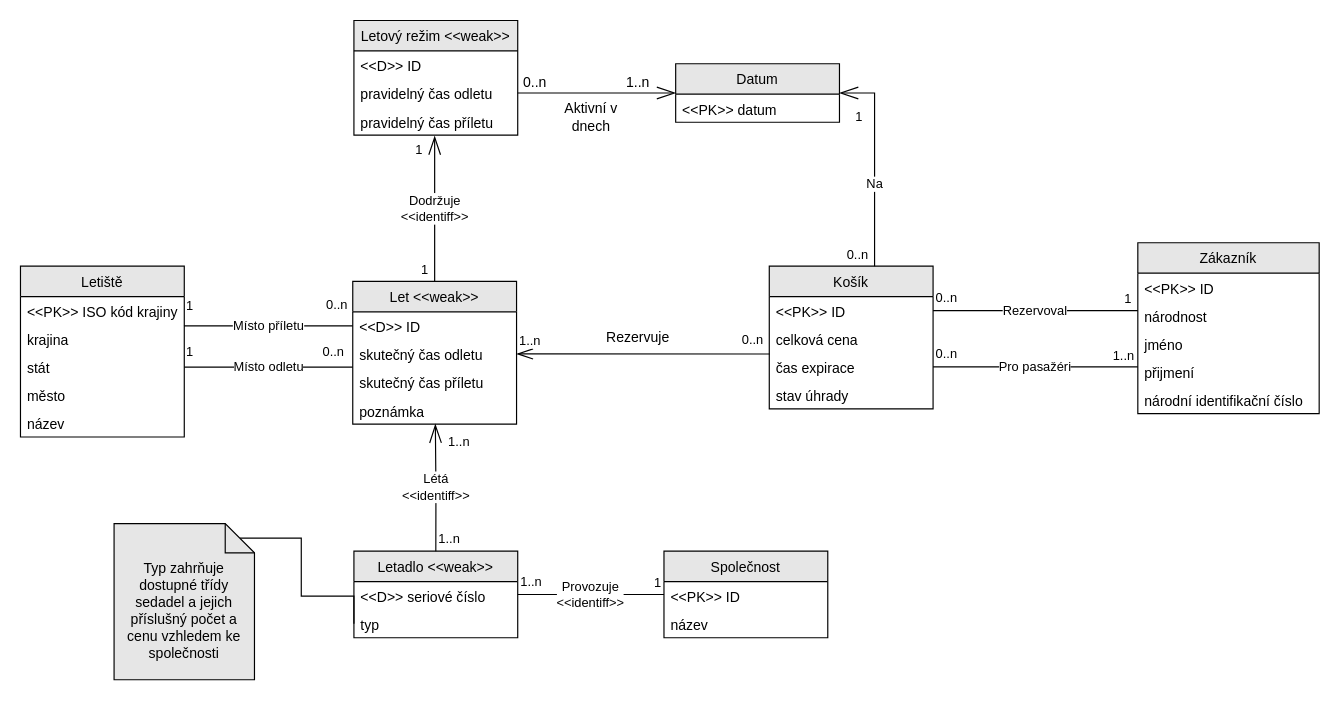
mstrlc/ids-project keeps this draw.io diagram as diagrams/er-diagram.drawio. Above is the earlier version. Source tidied: cells renumbered, new cells numbered last; positions are measured from the earlier drawing's top-left corner, leaving out a move shared by most shapes. Both pictures are drawn from the tidied source at 117%, with x=0, y=0 at pixel (20, 20).
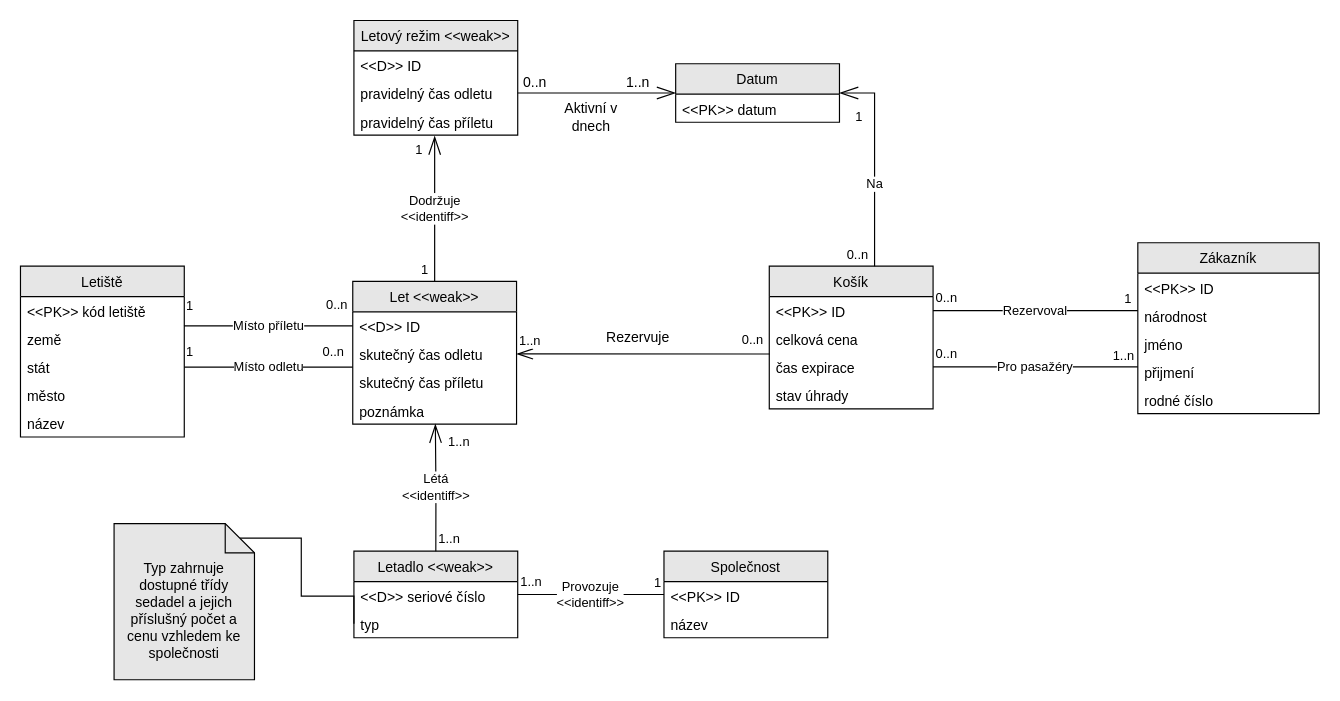
The same diagram, later.

The change refers to these unchanged cells:
```xml
<mxCell id="13" value="čas expirace" style="text;strokeColor=none;fillColor=none;align=left;verticalAlign=top;spacingLeft=4;spacingRight=4;overflow=hidden;points=[[0,0.5],[1,0.5]];portConstraint=eastwest;" parent="10" vertex="1">
  <mxGeometry y="74" width="140" height="24" as="geometry" />
</mxCell>
<mxCell id="15" value="Zákazník" style="swimlane;fontStyle=0;horizontal=1;startSize=26;fillColor=#E6E6E6;rounded=0;shadow=0;glass=0;sketch=0;fontColor=#000000;strokeColor=#000000;swimlaneFillColor=default;" parent="1" vertex="1">
  <mxGeometry x="955" y="190" width="155" height="146" as="geometry" />
</mxCell>
<mxCell id="36" value="Letiště" style="swimlane;fontStyle=0;horizontal=1;startSize=26;fillColor=#E6E6E6;rounded=0;shadow=0;glass=0;sketch=0;fontColor=#000000;strokeColor=#000000;swimlaneFillColor=default;" parent="1" vertex="1">
  <mxGeometry y="210" width="140" height="146" as="geometry" />
</mxCell>
```

Diff of the diagram source:
```diff
@@
-    <mxCell id="20" value="národní identifikační číslo" style="text;strokeColor=none;fillColor=none;align=left;verticalAlign=top;spacingLeft=4;spacingRight=4;overflow=hidden;rounded=0;shadow=0;glass=0;sketch=0;fontColor=#000000;startSize=26;" parent="15" vertex="1">
+    <mxCell id="20" value="rodné číslo" style="text;strokeColor=none;fillColor=none;align=left;verticalAlign=top;spacingLeft=4;spacingRight=4;overflow=hidden;rounded=0;shadow=0;glass=0;sketch=0;fontColor=#000000;startSize=26;" parent="15" vertex="1">
       <mxGeometry y="122" width="155" height="24" as="geometry" />
     </mxCell>
-    <mxCell id="21" value="Pro pasažéri" style="endArrow=none;html=1;endSize=12;startArrow=none;startSize=14;startFill=0;edgeStyle=orthogonalEdgeStyle;rounded=0;endFill=0;fontColor=#000000;entryX=1;entryY=0.5;entryDx=0;entryDy=0;" parent="1" edge="1" target="13">
+    <mxCell id="21" value="Pro pasažéry" style="endArrow=none;html=1;endSize=12;startArrow=none;startSize=14;startFill=0;edgeStyle=orthogonalEdgeStyle;rounded=0;endFill=0;fontColor=#000000;entryX=1;entryY=0.5;entryDx=0;entryDy=0;" parent="1" edge="1" target="13">
       <mxGeometry relative="1" as="geometry">
         <mxPoint x="955" y="296" as="sourcePoint" />
         <Array as="points">
           <mxPoint x="955" y="296" />
         </Array>
       </mxGeometry>
     </mxCell>
@@
-    <mxCell id="37" value="&lt;&lt;PK&gt;&gt; ISO kód krajiny" style="text;strokeColor=none;fillColor=none;align=left;verticalAlign=top;spacingLeft=4;spacingRight=4;overflow=hidden;rounded=0;shadow=0;glass=0;sketch=0;fontColor=#000000;startSize=26;" parent="36" vertex="1">
+    <mxCell id="37" value="&lt;&lt;PK&gt;&gt; kód letiště" style="text;strokeColor=none;fillColor=none;align=left;verticalAlign=top;spacingLeft=4;spacingRight=4;overflow=hidden;rounded=0;shadow=0;glass=0;sketch=0;fontColor=#000000;startSize=26;" parent="36" vertex="1">
       <mxGeometry y="26" width="140" height="24" as="geometry" />
     </mxCell>
-    <mxCell id="38" value="krajina" style="text;strokeColor=none;fillColor=none;align=left;verticalAlign=top;spacingLeft=4;spacingRight=4;overflow=hidden;points=[[0,0.5],[1,0.5]];portConstraint=eastwest;rounded=0;shadow=0;glass=0;sketch=0;fontColor=#000000;startSize=26;" parent="36" vertex="1">
+    <mxCell id="38" value="země" style="text;strokeColor=none;fillColor=none;align=left;verticalAlign=top;spacingLeft=4;spacingRight=4;overflow=hidden;points=[[0,0.5],[1,0.5]];portConstraint=eastwest;rounded=0;shadow=0;glass=0;sketch=0;fontColor=#000000;startSize=26;" parent="36" vertex="1">
       <mxGeometry y="50" width="140" height="24" as="geometry" />
     </mxCell>
@@
-    <mxCell id="49" value="Typ zahrňuje dostupné třídy sedadel a jejich příslušný počet a cenu vzhledem ke společnosti" style="shape=note2;boundedLbl=1;whiteSpace=wrap;html=1;size=25;verticalAlign=top;align=center;rounded=0;shadow=0;glass=0;sketch=0;fontColor=#000000;startSize=26;strokeColor=#000000;fillColor=#E6E6E6;" parent="1" vertex="1">
+    <mxCell id="49" value="Typ zahrnuje dostupné třídy sedadel a jejich příslušný počet a cenu vzhledem ke společnosti" style="shape=note2;boundedLbl=1;whiteSpace=wrap;html=1;size=25;verticalAlign=top;align=center;rounded=0;shadow=0;glass=0;sketch=0;fontColor=#000000;startSize=26;strokeColor=#000000;fillColor=#E6E6E6;" parent="1" vertex="1">
       <mxGeometry x="80" y="430" width="120" height="133.5" as="geometry" />
     </mxCell>
```
